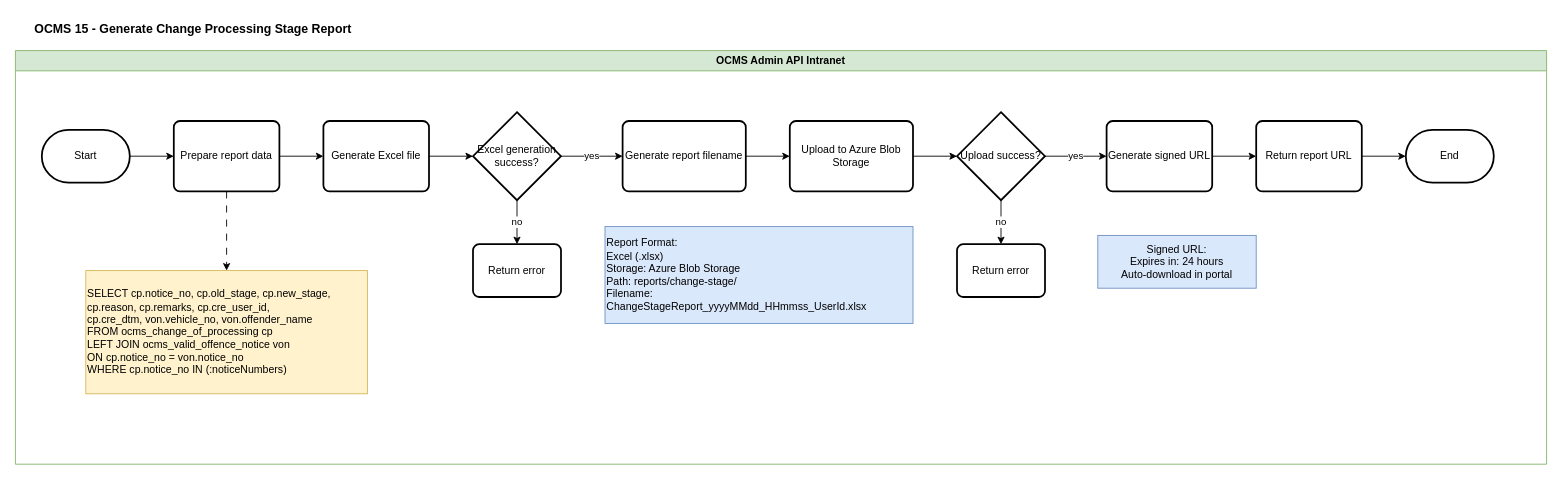
Earlier version of the draw.io diagram page "Section_1_Generate_Report" (6 of 9) of OCMS 15/OCMS15-Technical_Flowchart.drawio (rafifmgg/techdoc). Source tidied: cells renumbered, new cells numbered last; positions are measured from the earlier drawing's top-left corner, leaving out a move shared by most shapes. Both pictures are drawn from the tidied source at 88%, with x=0, y=0 at pixel (15, 15).
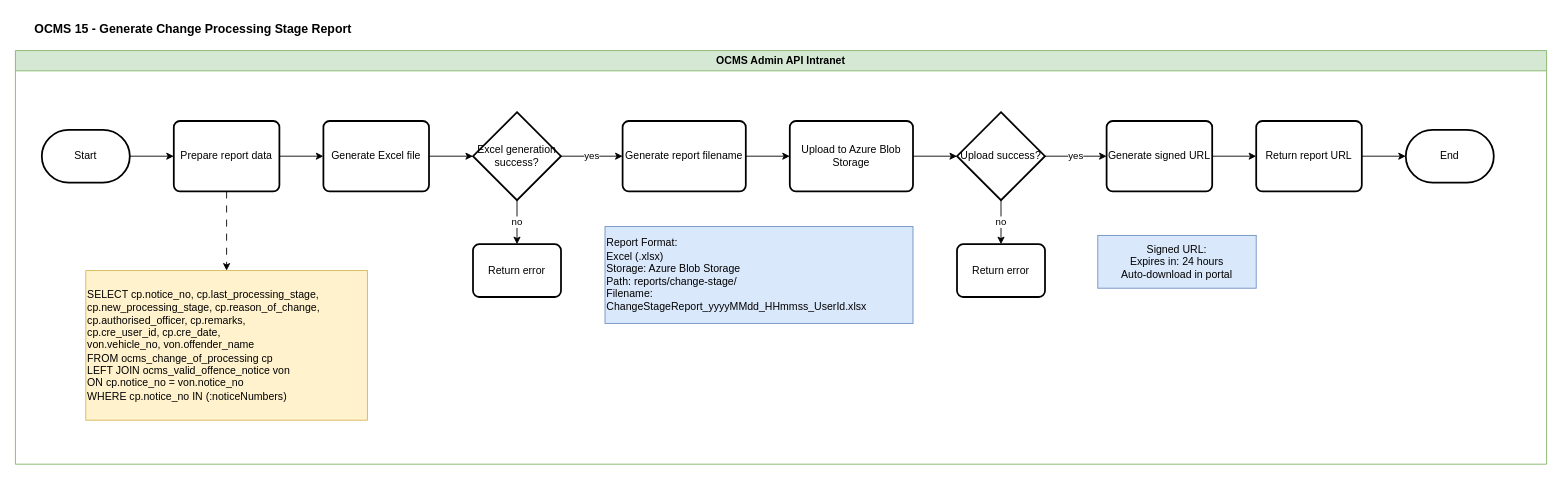
The same diagram, later.

Commit message (it also covers changes not shown here):
OCMS 15 v1.3 alignment + Yi Jie feedback update

Unchanged cells that the change refers to:
```xml
<mxCell id="3" value="OCMS Admin API Intranet" style="swimlane;whiteSpace=wrap;html=1;fillColor=#d5e8d4;strokeColor=#82b366;" parent="1" vertex="1">
  <mxGeometry y="40" width="1740" height="470" as="geometry" />
</mxCell>
```

Diff of the diagram source:
```diff
@@
-    <mxCell id="17" value="SELECT cp.notice_no, cp.old_stage, cp.new_stage,&lt;br/&gt;       cp.reason, cp.remarks, cp.cre_user_id,&lt;br/&gt;       cp.cre_dtm, von.vehicle_no, von.offender_name&lt;br/&gt;FROM ocms_change_of_processing cp&lt;br/&gt;LEFT JOIN ocms_valid_offence_notice von&lt;br/&gt;  ON cp.notice_no = von.notice_no&lt;br/&gt;WHERE cp.notice_no IN (:noticeNumbers)" style="text;html=1;whiteSpace=wrap;strokeColor=#d6b656;fillColor=#fff2cc;align=left;verticalAlign=middle;rounded=0;" parent="3" vertex="1">
-      <mxGeometry x="80" y="250" width="320" height="140" as="geometry" />
+    <mxCell id="17" value="SELECT cp.notice_no, cp.last_processing_stage,&lt;br/&gt;       cp.new_processing_stage, cp.reason_of_change,&lt;br/&gt;       cp.authorised_officer, cp.remarks,&lt;br/&gt;       cp.cre_user_id, cp.cre_date,&lt;br/&gt;       von.vehicle_no, von.offender_name&lt;br/&gt;FROM ocms_change_of_processing cp&lt;br/&gt;LEFT JOIN ocms_valid_offence_notice von&lt;br/&gt;  ON cp.notice_no = von.notice_no&lt;br/&gt;WHERE cp.notice_no IN (:noticeNumbers)" style="text;html=1;whiteSpace=wrap;strokeColor=#d6b656;fillColor=#fff2cc;align=left;verticalAlign=middle;rounded=0;" parent="3" vertex="1">
+      <mxGeometry x="80" y="250" width="320" height="170" as="geometry" />
     </mxCell>
```
